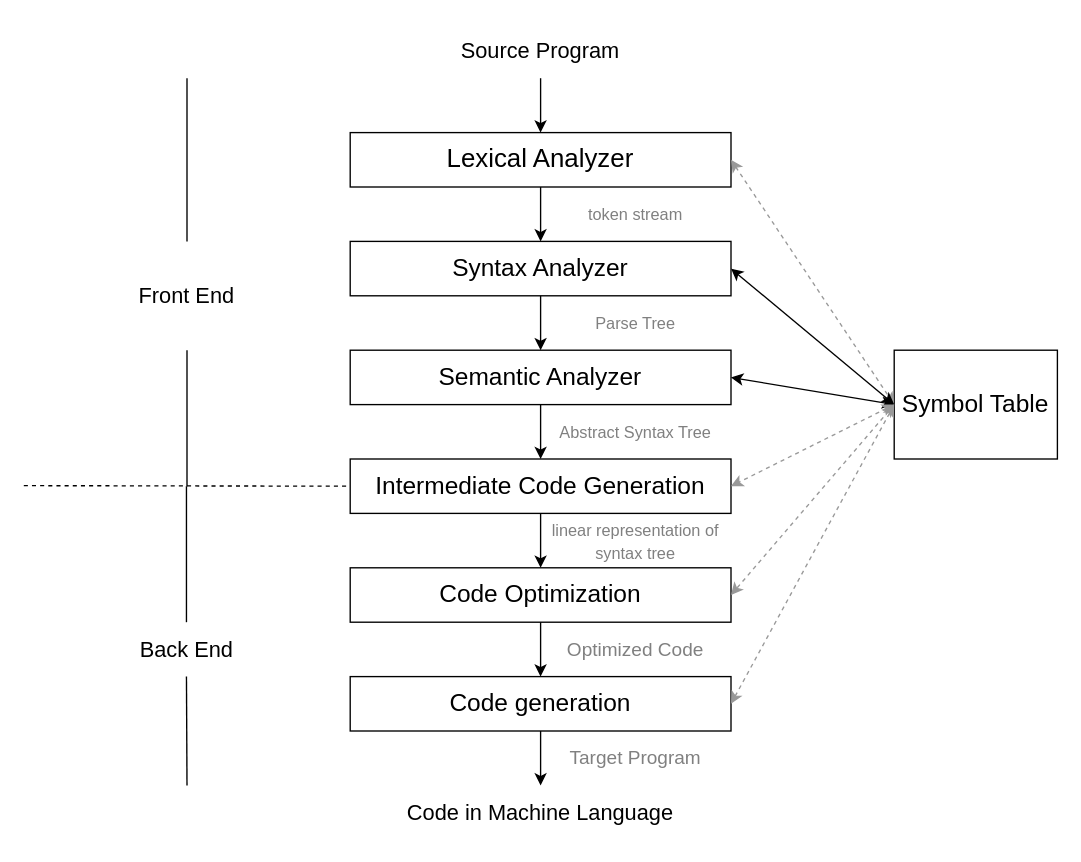
The draw.io diagram resource/phases.drawio in imkasen/yamjc, before the edit. Source tidied: cells renumbered, new cells numbered last; positions are measured from the earlier drawing's top-left corner, leaving out a move shared by most shapes. Both pictures are drawn from the tidied source at 136%, with x=0, y=0 at pixel (23, 23).
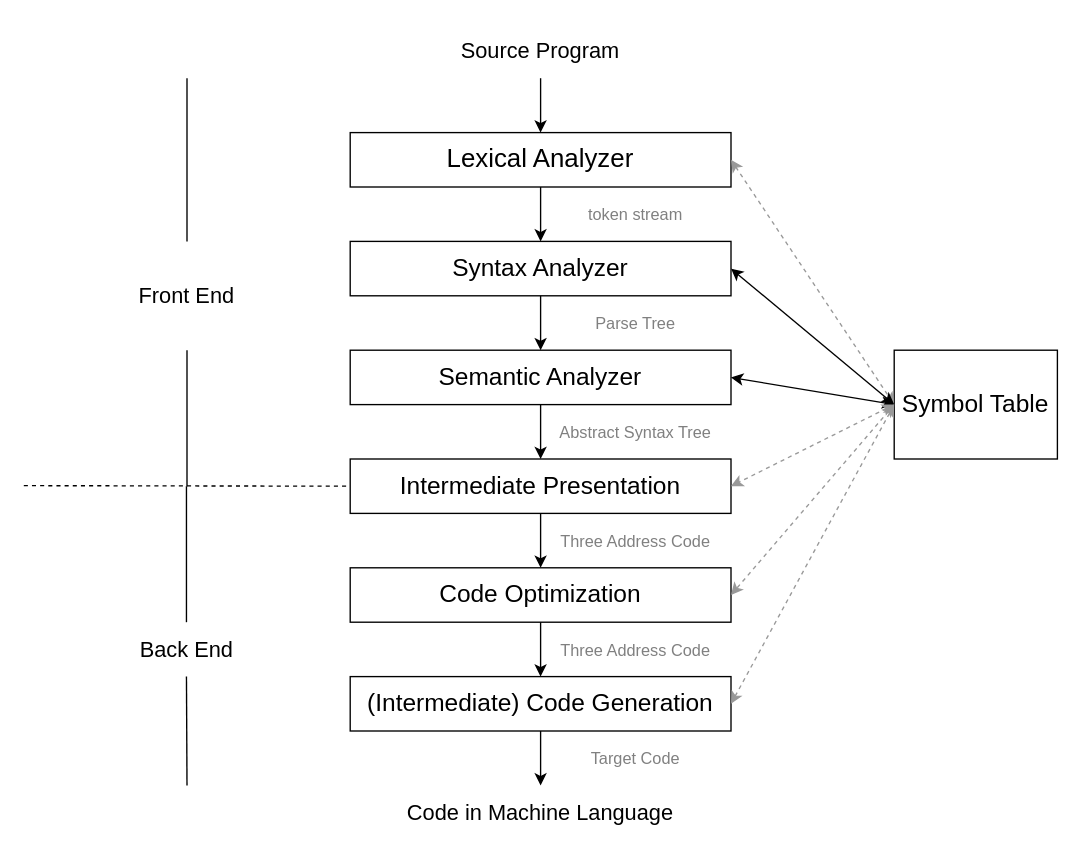
The same page after the edit.

Change to the diagram source:
```diff
@@
-    <mxCell id="12" value="Intermediate Code Generation" style="rounded=0;whiteSpace=wrap;html=1;fontSize=18;" parent="1" vertex="1">
+    <mxCell id="12" value="Intermediate Presentation" style="rounded=0;whiteSpace=wrap;html=1;fontSize=18;" parent="1" vertex="1">
       <mxGeometry x="240" y="320" width="280" height="40" as="geometry" />
     </mxCell>
@@
-    <mxCell id="14" value="&lt;font style=&quot;font-size: 12px&quot; color=&quot;#808080&quot;&gt;linear representation of syntax tree&lt;/font&gt;" style="text;html=1;strokeColor=none;fillColor=none;align=center;verticalAlign=middle;whiteSpace=wrap;rounded=0;fontSize=14;fontColor=#000000;" parent="1" vertex="1">
+    <mxCell id="14" value="&lt;font style=&quot;font-size: 12px&quot; color=&quot;#808080&quot;&gt;Three Address Code&lt;/font&gt;" style="text;html=1;strokeColor=none;fillColor=none;align=center;verticalAlign=middle;whiteSpace=wrap;rounded=0;fontSize=14;fontColor=#000000;" parent="1" vertex="1">
       <mxGeometry x="380" y="370" width="140" height="20" as="geometry" />
     </mxCell>
@@
-    <mxCell id="17" value="Code generation" style="rounded=0;whiteSpace=wrap;html=1;fontSize=18;" parent="1" vertex="1">
+    <mxCell id="17" value="(Intermediate) Code Generation" style="rounded=0;whiteSpace=wrap;html=1;fontSize=18;" parent="1" vertex="1">
       <mxGeometry x="240" y="480" width="280" height="40" as="geometry" />
     </mxCell>
@@
-    <mxCell id="19" value="&lt;font color=&quot;#808080&quot;&gt;Optimized Code&lt;/font&gt;" style="text;html=1;strokeColor=none;fillColor=none;align=center;verticalAlign=middle;whiteSpace=wrap;rounded=0;fontSize=14;fontColor=#000000;" parent="1" vertex="1">
+    <mxCell id="19" value="&lt;font color=&quot;#808080&quot; style=&quot;font-size: 12px&quot;&gt;Three Address Code&lt;/font&gt;" style="text;html=1;strokeColor=none;fillColor=none;align=center;verticalAlign=middle;whiteSpace=wrap;rounded=0;fontSize=14;fontColor=#000000;" parent="1" vertex="1">
       <mxGeometry x="380" y="450" width="140" height="20" as="geometry" />
     </mxCell>
@@
-    <mxCell id="22" value="&lt;font color=&quot;#808080&quot;&gt;Target Program&lt;/font&gt;" style="text;html=1;strokeColor=none;fillColor=none;align=center;verticalAlign=middle;whiteSpace=wrap;rounded=0;fontSize=14;fontColor=#000000;" parent="1" vertex="1">
+    <mxCell id="22" value="&lt;font color=&quot;#808080&quot; style=&quot;font-size: 12px&quot;&gt;Target Code&lt;/font&gt;" style="text;html=1;strokeColor=none;fillColor=none;align=center;verticalAlign=middle;whiteSpace=wrap;rounded=0;fontSize=14;fontColor=#000000;" parent="1" vertex="1">
       <mxGeometry x="380" y="530" width="140" height="20" as="geometry" />
     </mxCell>
```
